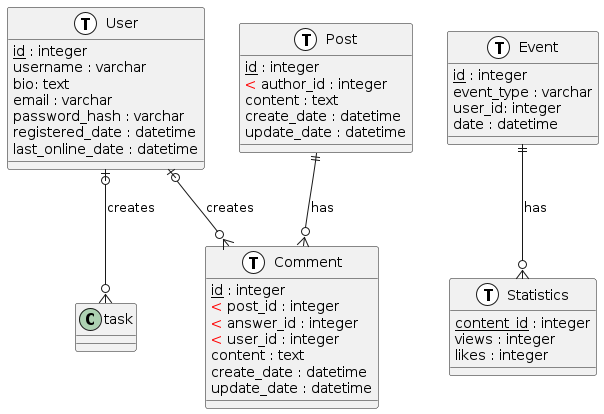
Earlier version of the PlantUML export doc/img/diag.png (Krytog/SOA).
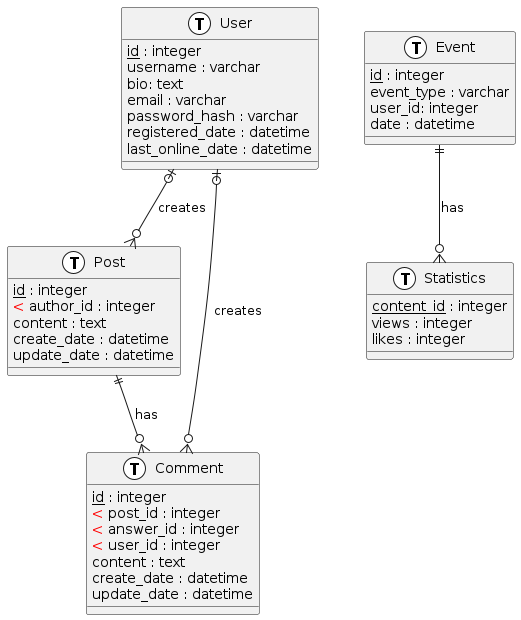
Above is the later version.

Commit message:
Fix bug in layout

Change to the diagram source:
```diff
@@ -44,7 +44,7 @@
     likes : integer
 }
 
-user |o--o{ task : "creates"
+user |o--o{ post : "creates"
 post ||--o{ comment : "has"
 user |o--o{ comment : "creates"
 event ||--o{ stats : "has"
```
